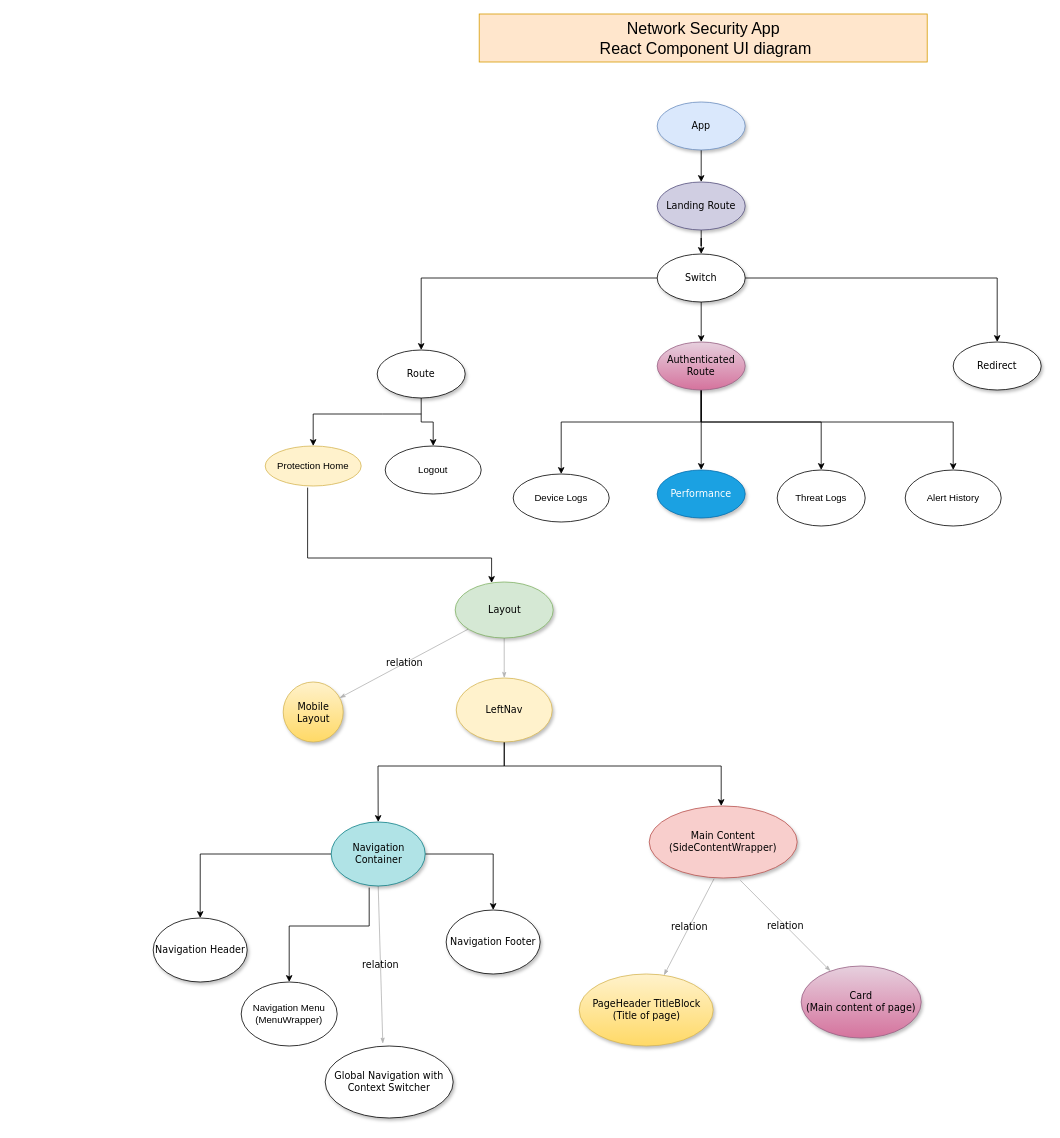
This is front-end/React Component Diagram.drawio from jayanth0107/architecture-diagrams, a draw.io file, before an edit. Source tidied: cells renumbered, new cells numbered last; positions are measured from the earlier drawing's top-left corner, leaving out a move shared by most shapes. Both pictures are drawn from the tidied source at 80%, with x=0, y=0 at pixel (153, 14).
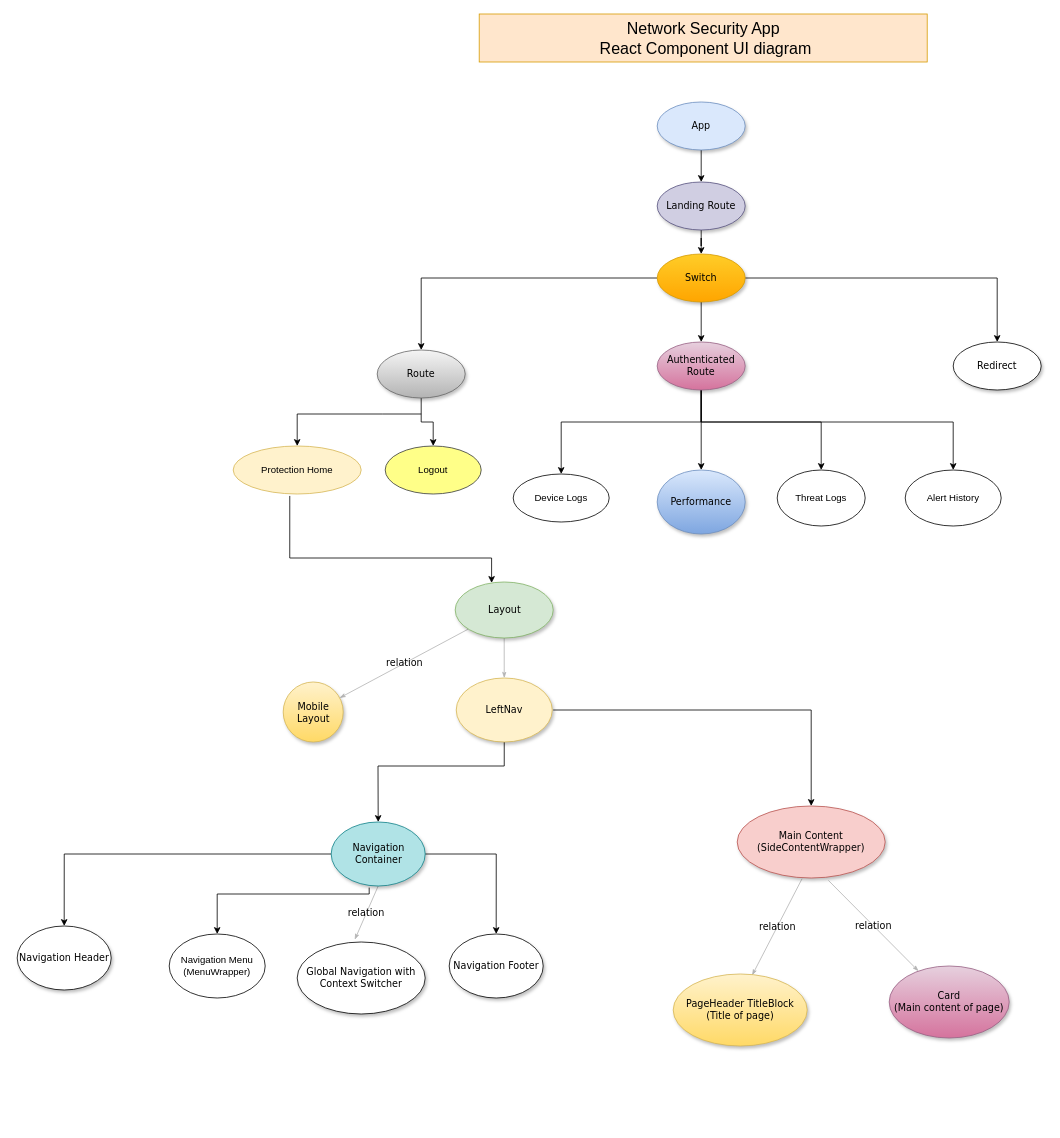
Above is the later version.

Commit message:
Update React Component Diagram with colors.drawio

The change refers to these unchanged cells:
```xml
<mxCell id="6" value="Layout" style="ellipse;whiteSpace=wrap;html=1;rounded=0;shadow=1;comic=0;labelBackgroundColor=none;strokeWidth=1;fontFamily=Verdana;fontSize=12;align=center;fillColor=#d5e8d4;strokeColor=#82b366;" parent="1" vertex="1">
  <mxGeometry x="377.5" y="710" width="122.5" height="70" as="geometry" />
</mxCell>
<mxCell id="11" value="LeftNav" style="ellipse;whiteSpace=wrap;html=1;rounded=0;shadow=1;comic=0;labelBackgroundColor=none;strokeWidth=1;fontFamily=Verdana;fontSize=12;align=center;fillColor=#fff2cc;strokeColor=#d6b656;" parent="1" vertex="1">
  <mxGeometry x="378.8" y="830" width="120" height="80" as="geometry" />
</mxCell>
<mxCell id="42" value="Navigation Container" style="ellipse;whiteSpace=wrap;html=1;rounded=0;shadow=1;comic=0;labelBackgroundColor=none;strokeWidth=1;fontFamily=Verdana;fontSize=12;align=center;fillColor=#b0e3e6;strokeColor=#0e8088;" parent="1" vertex="1">
  <mxGeometry x="222.5" y="1010" width="117.5" height="80" as="geometry" />
</mxCell>
```

What changed in the source:
```diff
@@
     <mxCell id="5" style="edgeStyle=orthogonalEdgeStyle;rounded=0;jettySize=auto;html=1;exitX=0.442;exitY=1.04;exitDx=0;exitDy=0;exitPerimeter=0;" parent="1" edge="1" source="34" target="6">
       <mxGeometry relative="1" as="geometry">
         <Array as="points">
-          <mxPoint x="193" y="680" />
+          <mxPoint x="171" y="680" />
           <mxPoint x="423" y="680" />
         </Array>
       </mxGeometry>
     </mxCell>
@@
-    <mxCell id="7" value="relation" style="edgeStyle=none;rounded=1;html=1;labelBackgroundColor=none;startArrow=none;startFill=0;startSize=5;endArrow=classicThin;endFill=1;endSize=5;jettySize=auto;strokeColor=#B3B3B3;strokeWidth=1;fontFamily=Verdana;fontSize=12;exitX=0.438;exitY=1.011;exitDx=0;exitDy=0;exitPerimeter=0;" parent="1" edge="1" source="43" target="13">
-      <mxGeometry relative="1" as="geometry" />
+    <mxCell id="7" value="relation" style="edgeStyle=none;rounded=1;html=1;labelBackgroundColor=none;startArrow=none;startFill=0;startSize=5;endArrow=classicThin;endFill=1;endSize=5;jettySize=auto;strokeColor=#B3B3B3;strokeWidth=1;fontFamily=Verdana;fontSize=12;exitX=0.438;exitY=1.011;exitDx=0;exitDy=0;exitPerimeter=0;" parent="1" edge="1" source="43">
+      <mxGeometry relative="1" as="geometry">
+        <mxPoint x="748.7" y="1201.6" as="targetPoint" />
+      </mxGeometry>
     </mxCell>
@@
-    <mxCell id="10" style="edgeStyle=orthogonalEdgeStyle;rounded=0;jettySize=auto;html=1;exitX=0.5;exitY=1;exitDx=0;exitDy=0;" parent="1" edge="1" source="11" target="43">
+    <mxCell id="10" style="edgeStyle=orthogonalEdgeStyle;rounded=0;jettySize=auto;html=1;entryX=0.5;entryY=0;entryDx=0;entryDy=0;" parent="1" edge="1" target="43">
       <mxGeometry relative="1" as="geometry">
+        <mxPoint x="500" y="870" as="sourcePoint" />
         <Array as="points">
-          <mxPoint x="439" y="940" />
-          <mxPoint x="710" y="940" />
+          <mxPoint x="823" y="870" />
         </Array>
       </mxGeometry>
     </mxCell>
@@
     <mxCell id="12" value="&lt;span&gt;Card&lt;br&gt;(Main content of page)&lt;br&gt;&lt;/span&gt;" style="ellipse;whiteSpace=wrap;html=1;rounded=0;shadow=1;comic=0;labelBackgroundColor=none;strokeWidth=1;fontFamily=Verdana;fontSize=12;align=center;gradientColor=#d5739d;fillColor=#e6d0de;strokeColor=#996185;" parent="1" vertex="1">
-      <mxGeometry x="810" y="1190" width="150" height="90" as="geometry" />
+      <mxGeometry x="920" y="1190" width="150" height="90" as="geometry" />
     </mxCell>
     <mxCell id="13" value="&lt;span&gt;PageHeader TitleBlock&lt;br&gt;(Title of page)&lt;br&gt;&lt;/span&gt;" style="ellipse;whiteSpace=wrap;html=1;rounded=0;shadow=1;comic=0;labelBackgroundColor=none;strokeWidth=1;fontFamily=Verdana;fontSize=12;align=center;gradientColor=#ffd966;fillColor=#fff2cc;strokeColor=#d6b656;" parent="1" vertex="1">
-      <mxGeometry x="532.5" y="1200" width="167.5" height="90" as="geometry" />
+      <mxGeometry x="650" y="1200" width="167.5" height="90" as="geometry" />
     </mxCell>
@@
-    <mxCell id="16" value="Performance" style="ellipse;whiteSpace=wrap;html=1;rounded=0;shadow=1;comic=0;labelBackgroundColor=none;strokeWidth=1;fontFamily=Verdana;fontSize=12;align=center;fillColor=#1ba1e2;strokeColor=#006EAF;fontColor=#ffffff;" parent="1" vertex="1">
-      <mxGeometry x="630" y="570" width="110" height="60" as="geometry" />
+    <mxCell id="16" value="Performance" style="ellipse;whiteSpace=wrap;html=1;rounded=0;shadow=1;comic=0;labelBackgroundColor=none;strokeWidth=1;fontFamily=Verdana;fontSize=12;align=center;fillColor=#dae8fc;strokeColor=#6c8ebf;gradientColor=#7ea6e0;" parent="1" vertex="1">
+      <mxGeometry x="630" y="570" width="110" height="80" as="geometry" />
     </mxCell>
@@
-    <mxCell id="25" value="Switch" style="ellipse;whiteSpace=wrap;html=1;rounded=0;shadow=1;comic=0;labelBackgroundColor=none;strokeWidth=1;fontFamily=Verdana;fontSize=12;align=center;" parent="1" vertex="1">
+    <mxCell id="25" value="Switch" style="ellipse;whiteSpace=wrap;html=1;rounded=0;shadow=1;comic=0;labelBackgroundColor=none;strokeWidth=1;fontFamily=Verdana;fontSize=12;align=center;gradientColor=#ffa500;fillColor=#ffcd28;strokeColor=#d79b00;" parent="1" vertex="1">
       <mxGeometry x="630" y="300" width="110" height="60" as="geometry" />
     </mxCell>
@@
-    <mxCell id="29" value="Route" style="ellipse;whiteSpace=wrap;html=1;rounded=0;shadow=1;comic=0;labelBackgroundColor=none;strokeWidth=1;fontFamily=Verdana;fontSize=12;align=center;" parent="1" vertex="1">
+    <mxCell id="29" value="Route" style="ellipse;whiteSpace=wrap;html=1;rounded=0;shadow=1;comic=0;labelBackgroundColor=none;strokeWidth=1;fontFamily=Verdana;fontSize=12;align=center;gradientColor=#b3b3b3;fillColor=#f5f5f5;strokeColor=#666666;" parent="1" vertex="1">
       <mxGeometry x="280" y="420" width="110" height="60" as="geometry" />
     </mxCell>
@@
     <mxCell id="34" value="Protection Home" style="ellipse;whiteSpace=wrap;html=1;fillColor=#fff2cc;strokeColor=#d6b656;" parent="1" vertex="1">
-      <mxGeometry x="140" y="540" width="120" height="50" as="geometry" />
+      <mxGeometry x="100" y="540" width="160" height="60" as="geometry" />
     </mxCell>
-    <mxCell id="35" value="Logout" style="ellipse;whiteSpace=wrap;html=1;" parent="1" vertex="1">
+    <mxCell id="35" value="Logout" style="ellipse;whiteSpace=wrap;html=1;fillColor=#ffff88;strokeColor=#36393d;" parent="1" vertex="1">
       <mxGeometry x="290" y="540" width="120" height="60" as="geometry" />
     </mxCell>
@@
     <mxCell id="37" value="&lt;span&gt;Global Navigation with Context Switcher&lt;/span&gt;" style="ellipse;whiteSpace=wrap;html=1;rounded=0;shadow=1;comic=0;labelBackgroundColor=none;strokeWidth=1;fontFamily=Verdana;fontSize=12;align=center;" parent="1" vertex="1">
-      <mxGeometry x="215" y="1290" width="160" height="90" as="geometry" />
+      <mxGeometry x="180" y="1160" width="160" height="90" as="geometry" />
     </mxCell>
@@
     <mxCell id="43" value="Main Content (SideContentWrapper)" style="ellipse;whiteSpace=wrap;html=1;rounded=0;shadow=1;comic=0;labelBackgroundColor=none;strokeWidth=1;fontFamily=Verdana;fontSize=12;align=center;fillColor=#f8cecc;strokeColor=#b85450;" parent="1" vertex="1">
-      <mxGeometry x="620" y="990" width="185" height="90" as="geometry" />
+      <mxGeometry x="730" y="990" width="185" height="90" as="geometry" />
     </mxCell>
     <mxCell id="44" value="Navigation Header" style="ellipse;whiteSpace=wrap;html=1;rounded=0;shadow=1;comic=0;labelBackgroundColor=none;strokeWidth=1;fontFamily=Verdana;fontSize=12;align=center;" parent="1" vertex="1">
-      <mxGeometry y="1130" width="117.5" height="80" as="geometry" />
+      <mxGeometry x="-170" y="1140" width="117.5" height="80" as="geometry" />
     </mxCell>
     <mxCell id="45" value="Navigation Footer" style="ellipse;whiteSpace=wrap;html=1;rounded=0;shadow=1;comic=0;labelBackgroundColor=none;strokeWidth=1;fontFamily=Verdana;fontSize=12;align=center;" parent="1" vertex="1">
-      <mxGeometry x="366.2" y="1120" width="117.5" height="80" as="geometry" />
+      <mxGeometry x="370" y="1150" width="117.5" height="80" as="geometry" />
     </mxCell>
     <mxCell id="46" value="Navigation Menu (MenuWrapper)" style="ellipse;whiteSpace=wrap;html=1;" parent="1" vertex="1">
-      <mxGeometry x="110" y="1210" width="120" height="80" as="geometry" />
+      <mxGeometry x="20" y="1150" width="120" height="80" as="geometry" />
     </mxCell>
     <mxCell id="47" style="edgeStyle=orthogonalEdgeStyle;rounded=0;jettySize=auto;html=1;entryX=0.5;entryY=0;entryDx=0;entryDy=0;exitX=0.404;exitY=1.025;exitDx=0;exitDy=0;exitPerimeter=0;" parent="1" edge="1" source="42" target="46">
       <mxGeometry relative="1" as="geometry">
         <Array as="points">
-          <mxPoint x="270" y="1140" />
-          <mxPoint x="170" y="1140" />
+          <mxPoint x="270" y="1100" />
+          <mxPoint x="80" y="1100" />
         </Array>
       </mxGeometry>
     </mxCell>
```
